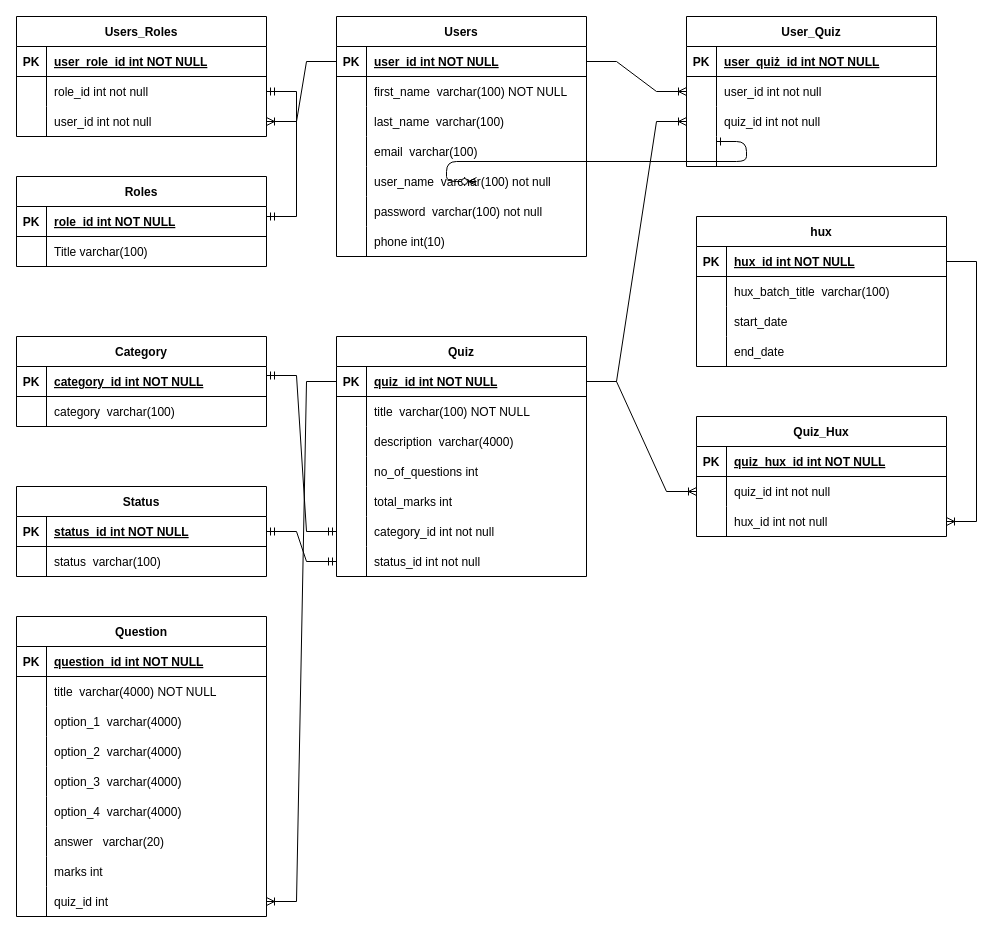
The draw.io diagram Untitled Diagram.drawio in atissrivastava/dummy, before the edit. Source tidied: cells renumbered, new cells numbered last; positions are measured from the earlier drawing's top-left corner, leaving out a move shared by most shapes. Both pictures are drawn from the tidied source at 100%, with x=0, y=0 at pixel (16, 16).
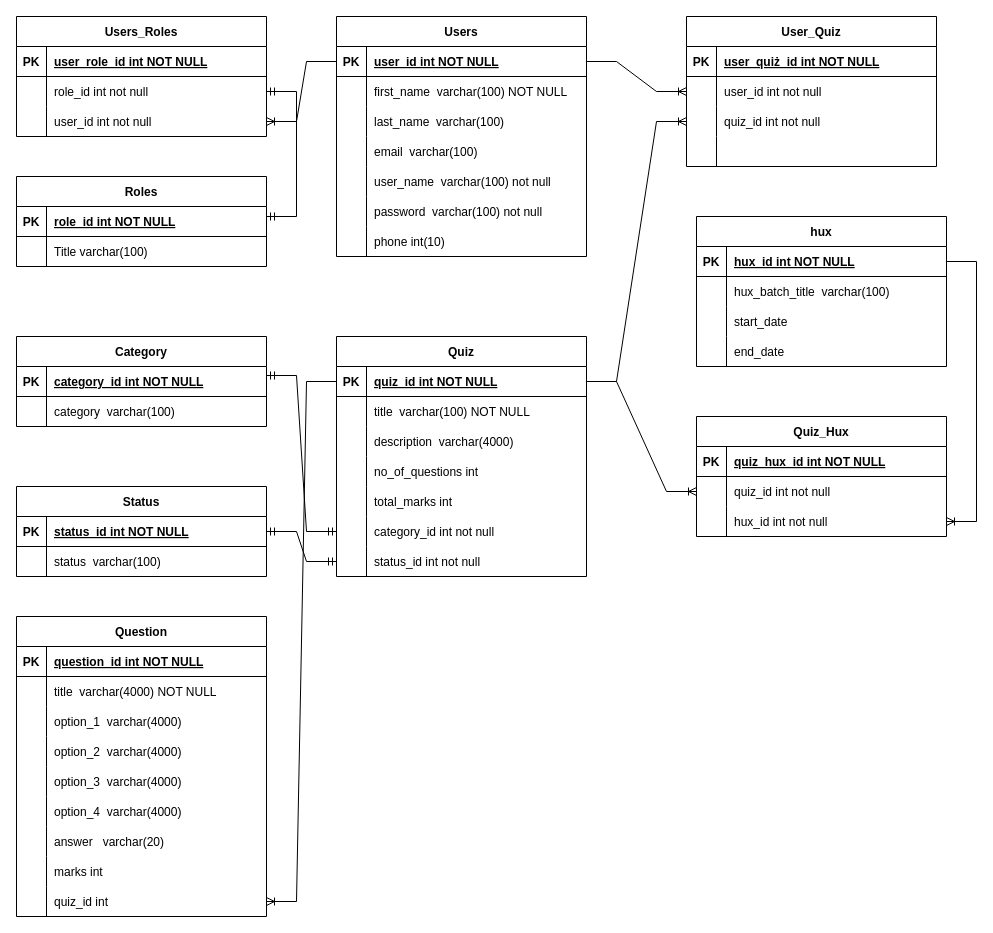
Above is the later version.

Change to the diagram source:
```diff
@@
-    <mxCell id="24" style="edgeStyle=entityRelationEdgeStyle;endArrow=ERzeroToMany;startArrow=ERone;endFill=1;startFill=0;" parent="1" edge="1">
-      <mxGeometry relative="1" as="geometry">
-        <mxPoint x="700" y="125" as="sourcePoint" />
-        <mxPoint x="460" y="165" as="targetPoint" />
-      </mxGeometry>
-    </mxCell>
```
